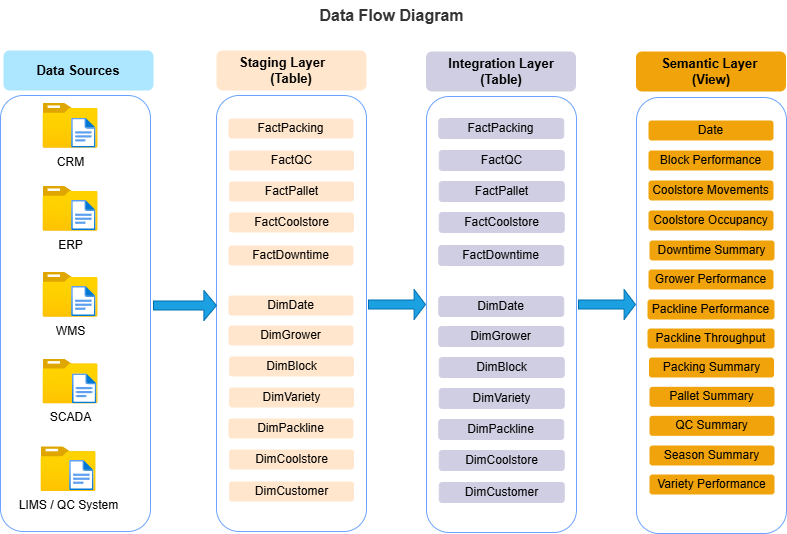
The draw.io diagram docs/packhouse-dw-data-flow-diagram.png in gurung-p/kiwifruit-packhouse-data-warehouse-analytics, before a commit. Source tidied: cells renumbered, new cells last; positions are measured from the earlier drawing's top-left corner, leaving out a move shared by most shapes.
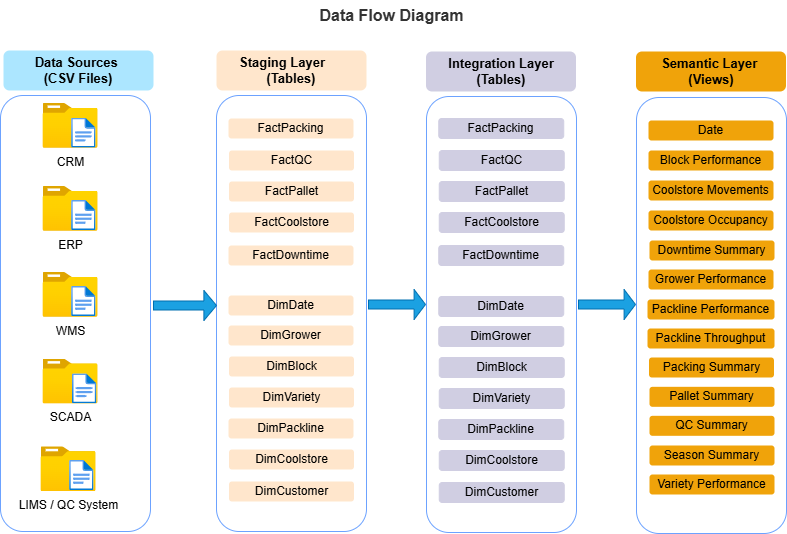
Above is the later version.

Change to the diagram source:
```diff
@@ -11,7 +11,7 @@
     <mxCell id="4" style="rounded=1;whiteSpace=wrap;html=1;strokeColor=#6CA2FF;" parent="1" vertex="1">
       <mxGeometry x="216" y="95" width="150" height="436" as="geometry" />
     </mxCell>
-    <mxCell id="5" value="&lt;span style=&quot;font-size: 13px;&quot;&gt;Staging Layer&amp;nbsp; &amp;nbsp; &amp;nbsp; (Table)&lt;/span&gt;" style="rounded=1;whiteSpace=wrap;html=1;fontStyle=1;fillColor=#ffe6cc;strokeColor=none;" parent="1" vertex="1">
+    <mxCell id="5" value="&lt;span style=&quot;font-size: 13px;&quot;&gt;Staging Layer&amp;nbsp; &amp;nbsp; &amp;nbsp; (Tables)&lt;/span&gt;" style="rounded=1;whiteSpace=wrap;html=1;fontStyle=1;fillColor=#ffe6cc;strokeColor=none;" parent="1" vertex="1">
       <mxGeometry x="216" y="50" width="150" height="40" as="geometry" />
     </mxCell>
     <mxCell id="6" value="FactCoolstore" style="rounded=1;whiteSpace=wrap;html=1;fillColor=#ffe6cc;strokeColor=none;" parent="1" vertex="1">
@@ -32,7 +32,7 @@
     <mxCell id="11" value="DimVariety" style="rounded=1;whiteSpace=wrap;html=1;fillColor=#ffe6cc;strokeColor=none;" parent="1" vertex="1">
       <mxGeometry x="228.5" y="387" width="125" height="20" as="geometry" />
     </mxCell>
-    <mxCell id="12" value="&lt;span style=&quot;font-size: 13px;&quot;&gt;Integration Layer (Table)&lt;/span&gt;" style="rounded=1;whiteSpace=wrap;html=1;fontStyle=1;fillColor=#d0cee2;strokeColor=none;" parent="1" vertex="1">
+    <mxCell id="12" value="&lt;span style=&quot;font-size: 13px;&quot;&gt;Integration Layer (Tables)&lt;/span&gt;" style="rounded=1;whiteSpace=wrap;html=1;fontStyle=1;fillColor=#d0cee2;strokeColor=none;" parent="1" vertex="1">
       <mxGeometry x="425.5" y="51" width="150" height="40" as="geometry" />
     </mxCell>
     <mxCell id="13" value="Data Flow Diagram" style="text;html=1;align=center;verticalAlign=middle;whiteSpace=wrap;rounded=0;fontStyle=1;fontSize=16;fontColor=#333333;" parent="1" vertex="1">
@@ -41,7 +41,7 @@
     <mxCell id="14" style="rounded=1;whiteSpace=wrap;html=1;strokeColor=#6CA2FF;" parent="1" vertex="1">
       <mxGeometry x="636" y="97" width="150" height="436" as="geometry" />
     </mxCell>
-    <mxCell id="15" value="&lt;span style=&quot;font-size: 13px;&quot;&gt;Semantic Layer&amp;nbsp;&lt;/span&gt;&lt;div&gt;&lt;span style=&quot;font-size: 13px;&quot;&gt;(View)&lt;/span&gt;&lt;/div&gt;" style="rounded=1;whiteSpace=wrap;html=1;fontStyle=1;fillColor=#F0A30A;strokeColor=none;fontColor=#000000;" parent="1" vertex="1">
+    <mxCell id="15" value="&lt;span style=&quot;font-size: 13px;&quot;&gt;Semantic Layer&amp;nbsp;&lt;/span&gt;&lt;div&gt;&lt;span style=&quot;font-size: 13px;&quot;&gt;(Views)&lt;/span&gt;&lt;/div&gt;" style="rounded=1;whiteSpace=wrap;html=1;fontStyle=1;fillColor=#F0A30A;strokeColor=none;fontColor=#000000;" parent="1" vertex="1">
       <mxGeometry x="635.5" y="51" width="150" height="40" as="geometry" />
     </mxCell>
     <mxCell id="16" value="Date" style="rounded=1;whiteSpace=wrap;html=1;fillColor=#f0a30a;strokeColor=none;fontColor=#000000;" parent="1" vertex="1">
@@ -80,7 +80,7 @@
     <mxCell id="27" value="LIMS / QC System" style="image;html=1;align=center;fontSize=12;image=img/lib/azure2/general/Folder_Blank.svg;" parent="1" vertex="1">
       <mxGeometry x="40.5" y="446.4" width="55" height="44.6" as="geometry" />
     </mxCell>
-    <mxCell id="28" value="&lt;span style=&quot;font-size: 13px;&quot;&gt;Data Sources&lt;/span&gt;" style="rounded=1;whiteSpace=wrap;html=1;fontStyle=1;fillColor=light-dark(#ACE6FF,#36210A);strokeColor=none;" parent="1" vertex="1">
+    <mxCell id="28" value="&lt;span style=&quot;font-size: 13px;&quot;&gt;Data Sources&amp;nbsp;&lt;/span&gt;&lt;div&gt;&lt;span style=&quot;font-size: 13px;&quot;&gt;(CSV Files)&lt;/span&gt;&lt;/div&gt;" style="rounded=1;whiteSpace=wrap;html=1;fontStyle=1;fillColor=light-dark(#ACE6FF,#36210A);strokeColor=none;" parent="1" vertex="1">
       <mxGeometry x="3" y="50" width="150" height="40" as="geometry" />
     </mxCell>
     <mxCell id="29" value="FactPallet" style="rounded=1;whiteSpace=wrap;html=1;fillColor=#ffe6cc;strokeColor=none;" parent="1" vertex="1">
```
